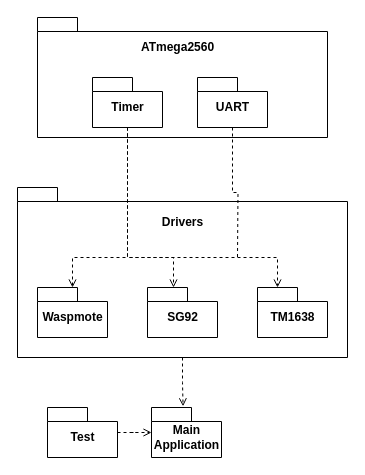
skjesp/AMS keeps this draw.io diagram as page "Package diagram" (3 of 3) of Project/diagrams/architecture.drawio. Above is the earlier version. Source tidied: cells renumbered, new cells numbered last; positions are measured from the earlier drawing's top-left corner, leaving out a move shared by most shapes. Both pictures are drawn from the tidied source at 100%, with x=0, y=0 at pixel (17, 17).
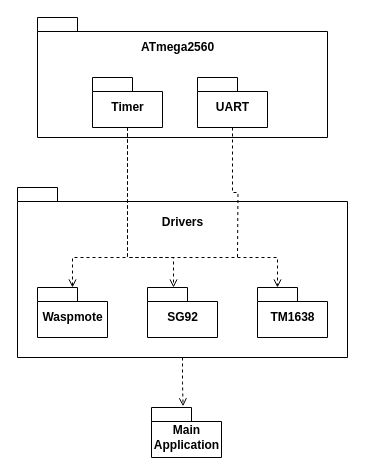
The same diagram, later.

Unchanged cells that the change refers to:
```xml
<mxCell id="16" value="Main&lt;br&gt;Application" style="shape=folder;fontStyle=1;spacingTop=10;tabWidth=40;tabHeight=14;tabPosition=left;html=1;" parent="1" vertex="1">
  <mxGeometry x="134" y="390" width="70" height="50" as="geometry" />
</mxCell>
```

What changed in the source:
```diff
@@
-    <mxCell id="14" style="edgeStyle=orthogonalEdgeStyle;rounded=0;jettySize=auto;html=1;dashed=1;endArrow=open;endFill=0;" parent="1" edge="1" source="15" target="16">
-      <mxGeometry relative="1" as="geometry" />
-    </mxCell>
-    <mxCell id="15" value="Test" style="shape=folder;fontStyle=1;spacingTop=10;tabWidth=40;tabHeight=14;tabPosition=left;html=1;" parent="1" vertex="1">
-      <mxGeometry x="30" y="390" width="70" height="50" as="geometry" />
-    </mxCell>
```
